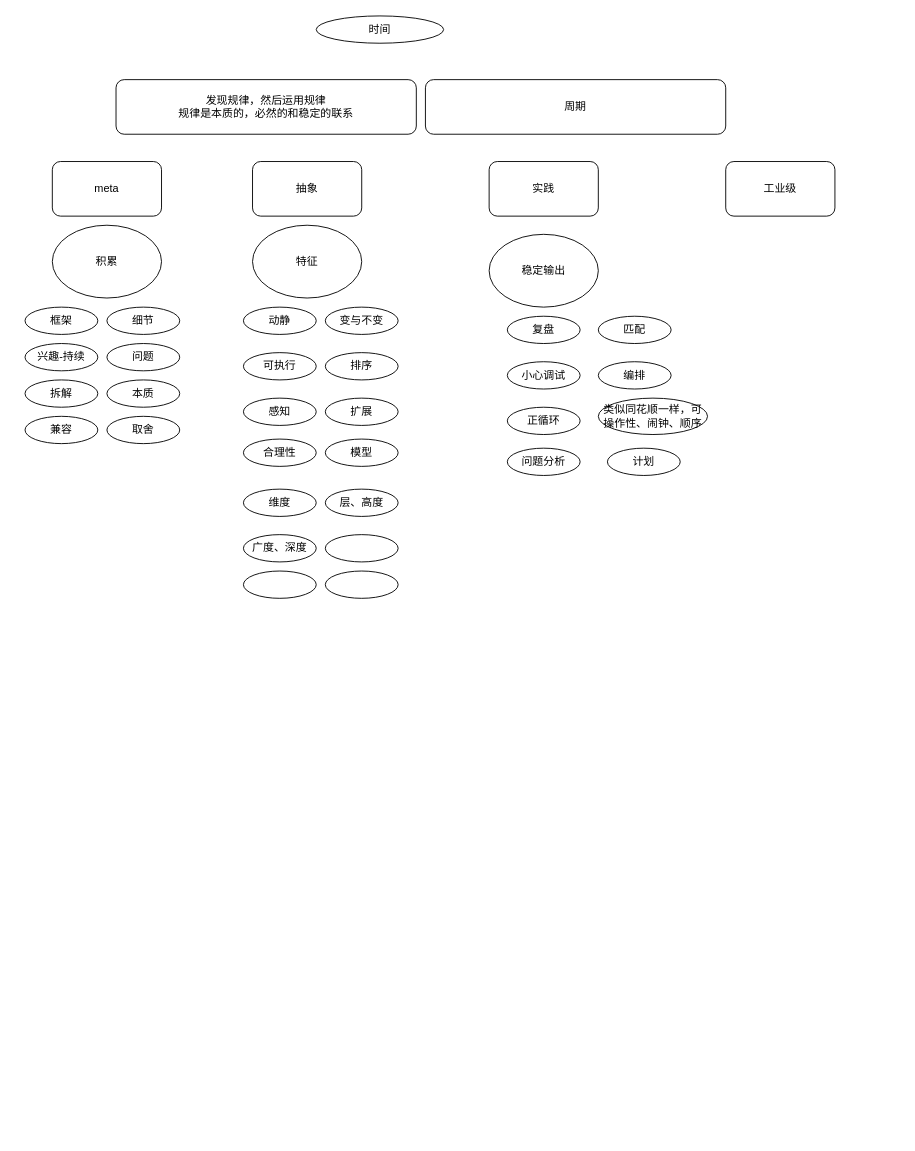
Before: menus/模型特征.drawio in Asamiyaa/microservice-k8s-yun, a draw.io diagram. Source tidied: cells renumbered, new cells numbered last; positions are measured from the earlier drawing's top-left corner, leaving out a move shared by most shapes. Both pictures are drawn from the tidied source at 91%, with x=0, y=0 at pixel (25, 15).
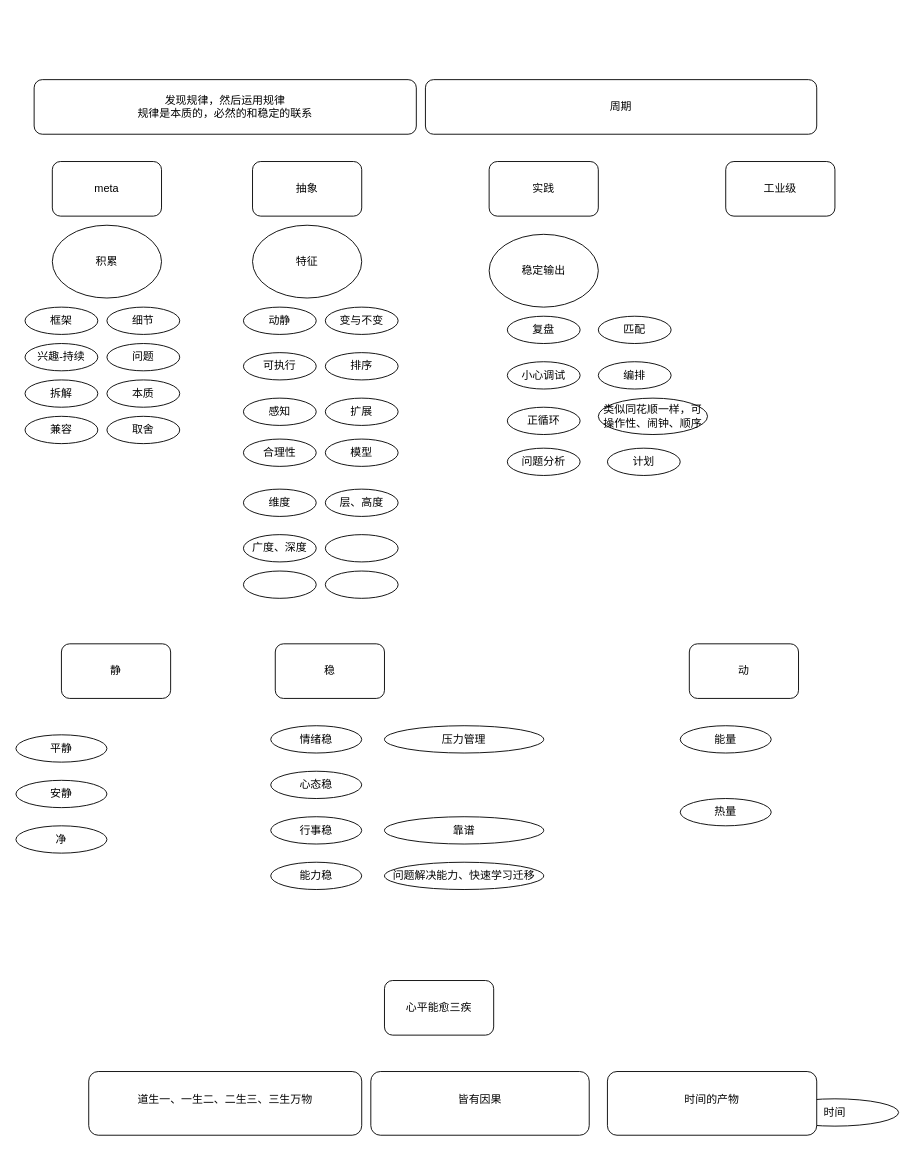
Above is the later version.

Commit message:
更新模型特征.drawio

Diff of the diagram source:
```diff
@@
     <mxCell id="23" value="时间" style="ellipse;whiteSpace=wrap;html=1;" parent="1" vertex="1">
-      <mxGeometry x="320" width="140" height="30" as="geometry" />
+      <mxGeometry x="820" y="1190" width="140" height="30" as="geometry" />
     </mxCell>
@@
     <mxCell id="30" value="发现规律，然后运用规律&lt;br&gt;规律是本质的，必然的和稳定的联系" style="rounded=1;whiteSpace=wrap;html=1;" parent="1" vertex="1">
-      <mxGeometry x="100" y="70" width="330" height="60" as="geometry" />
+      <mxGeometry x="10" y="70" width="420" height="60" as="geometry" />
     </mxCell>
@@
     <mxCell id="32" value="周期" style="rounded=1;whiteSpace=wrap;html=1;" parent="1" vertex="1">
-      <mxGeometry x="440" y="70" width="330" height="60" as="geometry" />
+      <mxGeometry x="440" y="70" width="430" height="60" as="geometry" />
     </mxCell>
@@
+    <mxCell id="42" value="静" style="rounded=1;whiteSpace=wrap;html=1;" parent="1" vertex="1">
+      <mxGeometry x="40" y="690" width="120" height="60" as="geometry" />
+    </mxCell>
+    <mxCell id="43" value="稳" style="rounded=1;whiteSpace=wrap;html=1;" parent="1" vertex="1">
+      <mxGeometry x="275" y="690" width="120" height="60" as="geometry" />
+    </mxCell>
+    <mxCell id="44" value="净" style="ellipse;whiteSpace=wrap;html=1;" parent="1" vertex="1">
+      <mxGeometry x="-10" y="890" width="100" height="30" as="geometry" />
+    </mxCell>
+    <mxCell id="45" value="情绪稳" style="ellipse;whiteSpace=wrap;html=1;" parent="1" vertex="1">
+      <mxGeometry x="270" y="780" width="100" height="30" as="geometry" />
+    </mxCell>
+    <mxCell id="46" value="心态稳" style="ellipse;whiteSpace=wrap;html=1;" parent="1" vertex="1">
+      <mxGeometry x="270" y="830" width="100" height="30" as="geometry" />
+    </mxCell>
+    <mxCell id="47" value="行事稳" style="ellipse;whiteSpace=wrap;html=1;" parent="1" vertex="1">
+      <mxGeometry x="270" y="880" width="100" height="30" as="geometry" />
+    </mxCell>
+    <mxCell id="48" value="能力稳" style="ellipse;whiteSpace=wrap;html=1;" parent="1" vertex="1">
+      <mxGeometry x="270" y="930" width="100" height="30" as="geometry" />
+    </mxCell>
+    <mxCell id="49" value="&lt;div class=&quot;lake-content&quot;&gt;问题解决能力、快速学习迁移&lt;/div&gt;" style="ellipse;whiteSpace=wrap;html=1;" parent="1" vertex="1">
+      <mxGeometry x="395" y="930" width="175" height="30" as="geometry" />
+    </mxCell>
+    <mxCell id="50" value="&lt;div class=&quot;lake-content&quot;&gt;&lt;div class=&quot;lake-content&quot;&gt;靠谱&lt;/div&gt;&lt;/div&gt;" style="ellipse;whiteSpace=wrap;html=1;" parent="1" vertex="1">
+      <mxGeometry x="395" y="880" width="175" height="30" as="geometry" />
+    </mxCell>
+    <mxCell id="51" value="&lt;div class=&quot;lake-content&quot;&gt;&lt;div class=&quot;lake-content&quot;&gt;压力管理&lt;/div&gt;&lt;/div&gt;" style="ellipse;whiteSpace=wrap;html=1;" parent="1" vertex="1">
+      <mxGeometry x="395" y="780" width="175" height="30" as="geometry" />
+    </mxCell>
+    <mxCell id="52" value="平静" style="ellipse;whiteSpace=wrap;html=1;" parent="1" vertex="1">
+      <mxGeometry x="-10" y="790" width="100" height="30" as="geometry" />
+    </mxCell>
+    <mxCell id="53" value="安静" style="ellipse;whiteSpace=wrap;html=1;" parent="1" vertex="1">
+      <mxGeometry x="-10" y="840" width="100" height="30" as="geometry" />
+    </mxCell>
+    <mxCell id="54" value="心平能愈三疾" style="rounded=1;whiteSpace=wrap;html=1;" parent="1" vertex="1">
+      <mxGeometry x="395" y="1060" width="120" height="60" as="geometry" />
+    </mxCell>
+    <mxCell id="55" value="动" style="rounded=1;whiteSpace=wrap;html=1;" parent="1" vertex="1">
+      <mxGeometry x="730" y="690" width="120" height="60" as="geometry" />
+    </mxCell>
+    <mxCell id="56" value="能量" style="ellipse;whiteSpace=wrap;html=1;" parent="1" vertex="1">
+      <mxGeometry x="720" y="780" width="100" height="30" as="geometry" />
+    </mxCell>
+    <mxCell id="57" value="热量" style="ellipse;whiteSpace=wrap;html=1;" parent="1" vertex="1">
+      <mxGeometry x="720" y="860" width="100" height="30" as="geometry" />
+    </mxCell>
+    <mxCell id="58" value="&lt;div class=&quot;lake-content&quot;&gt;&lt;p style=&quot;margin: 0; padding: 0; min-height: 24px&quot; class=&quot;ne-p&quot; id=&quot;u86e4640a&quot;&gt;道生一、一生二、二生三、三生万物&lt;/p&gt;&lt;/div&gt;" style="rounded=1;whiteSpace=wrap;html=1;" parent="1" vertex="1">
+      <mxGeometry x="70" y="1160" width="300" height="70" as="geometry" />
+    </mxCell>
+    <mxCell id="59" value="&lt;div class=&quot;lake-content&quot;&gt;&lt;p style=&quot;margin: 0; padding: 0; min-height: 24px&quot; class=&quot;ne-p&quot; id=&quot;u86e4640a&quot;&gt;皆有因果&lt;/p&gt;&lt;/div&gt;" style="rounded=1;whiteSpace=wrap;html=1;" parent="1" vertex="1">
+      <mxGeometry x="380" y="1160" width="240" height="70" as="geometry" />
+    </mxCell>
+    <mxCell id="60" value="&lt;div class=&quot;lake-content&quot;&gt;&lt;p style=&quot;margin: 0; padding: 0; min-height: 24px&quot; class=&quot;ne-p&quot; id=&quot;u86e4640a&quot;&gt;时间的产物&lt;/p&gt;&lt;/div&gt;" style="rounded=1;whiteSpace=wrap;html=1;" parent="1" vertex="1">
+      <mxGeometry x="640" y="1160" width="230" height="70" as="geometry" />
+    </mxCell>
```
